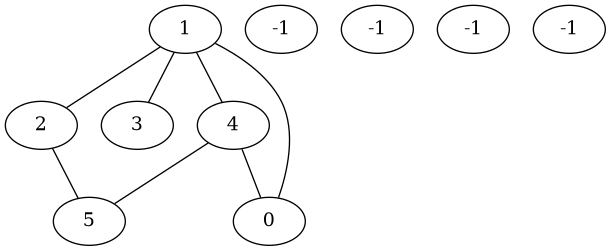
Luiz-Oliveiraa/projeto_Grafos keeps this Graphviz diagram as saida.dot.png. Above is the earlier version. Its source is kept beside it as saida.dot.
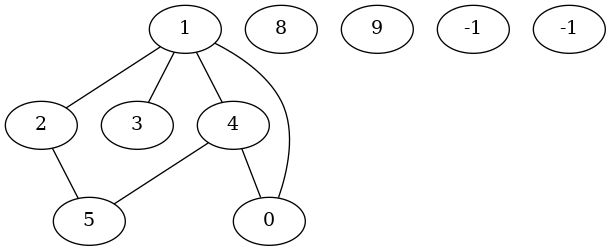
The same file after the commit.

What changed in the source:
```diff
@@ -5,8 +5,8 @@
 	3[label="4"]
 	4[label="5"]
 	5[label="0"]
-	6[label="-1"]
-	7[label="-1"]
+	6[label="8"]
+	7[label="9"]
 	8[label="-1"]
 	9[label="-1"]
 
@@ -21,17 +21,17 @@
 }
 graph grafo{
 	1[label="0"]
-	2[label="1"]
-	3[label="2"]
-	4[label="3"]
-	5[label="4"]
-	6[label="6"]
-	7[label="8"]
-	8[label="9"]
-	9[label="-1"]
+	2[label="4"]
+	3[label="1"]
+	4[label="2"]
+	5[label="3"]
+	6[label="8"]
+	7[label="9"]
+	8[label="-1"]
 
-	1 -- 3
-	1 -- 4
+	1 -- 2
+	3 -- 4
+	3 -- 4
 	3 -- 5
 
 }
```
